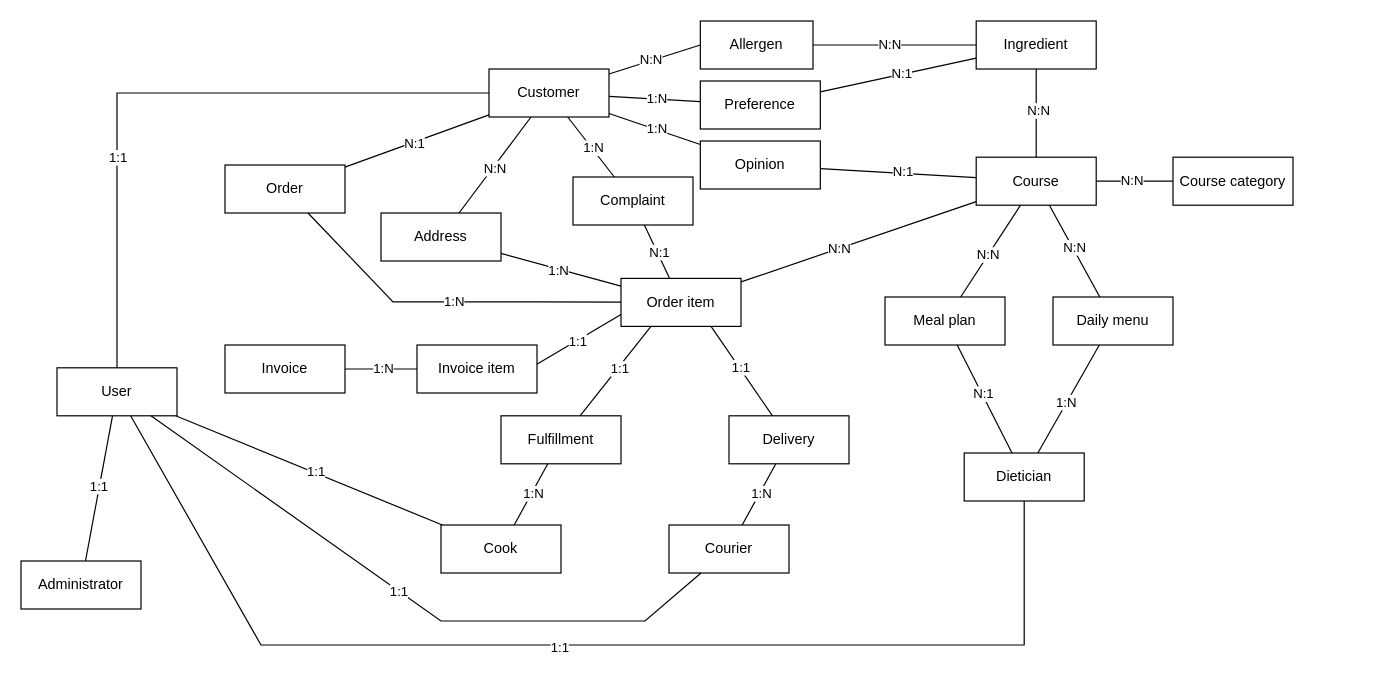
Before: etap8/ERD/after/ERD.drawio.xml in tomasz-trela/database-design, a draw.io diagram. Source tidied: cells renumbered, new cells numbered last; positions are measured from the earlier drawing's top-left corner, leaving out a move shared by most shapes. Both pictures are drawn from the tidied source at 120%, with x=0, y=0 at pixel (20, 20).
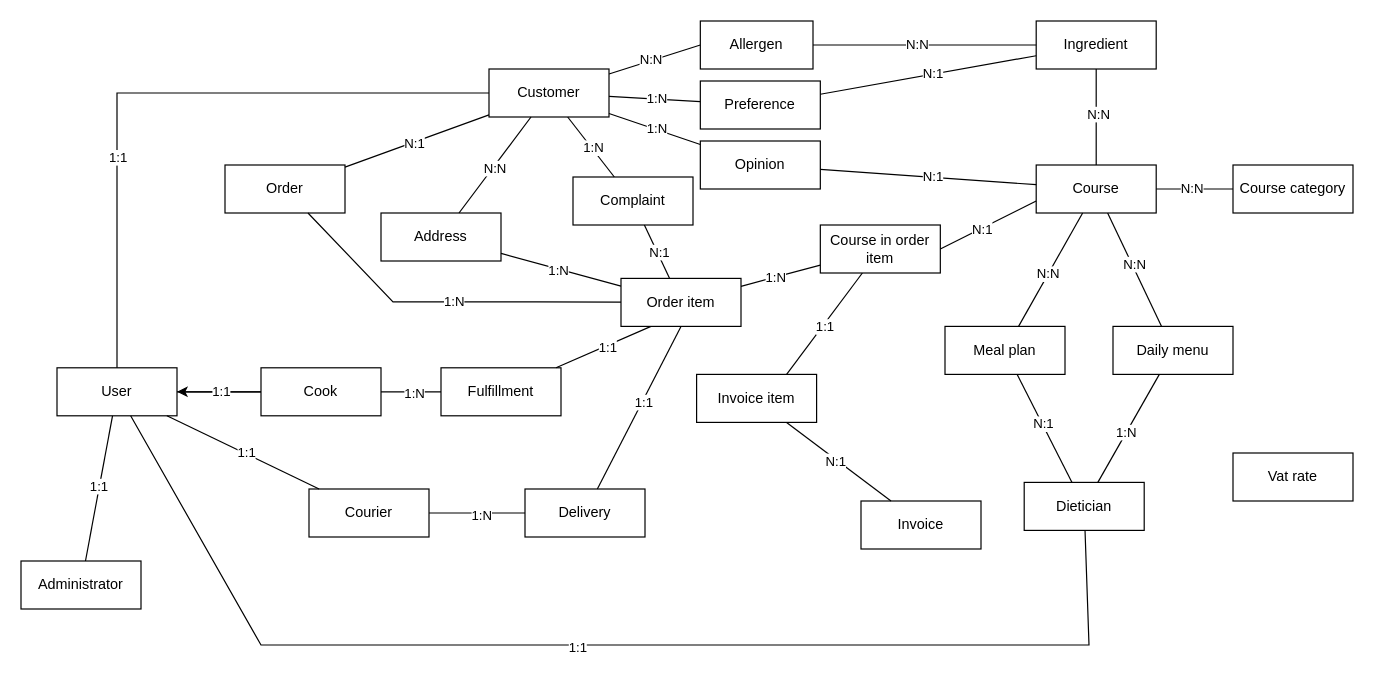
The same page after the edit.

Commit message (it also covers changes not shown here):
fix: update ERD to match migration

The change refers to these unchanged cells:
```xml
<mxCell id="2" style="endArrow=none;html=1;rounded=0;entryX=0;entryY=0.5;entryDx=0;entryDy=0;" parent="1" edge="1" source="38" target="4">
  <mxGeometry relative="1" as="geometry" />
</mxCell>
<mxCell id="6" style="endArrow=none;html=1;rounded=0;exitX=1;exitY=0.5;exitDx=0;exitDy=0;" parent="1" edge="1" source="4" target="5">
  <mxGeometry relative="1" as="geometry" />
</mxCell>
<mxCell id="10" style="endArrow=none;html=1;rounded=0;" parent="1" edge="1" source="8" target="9">
  <mxGeometry relative="1" as="geometry" />
</mxCell>
<mxCell id="12" style="endArrow=none;html=1;rounded=0;entryX=0.5;entryY=0;entryDx=0;entryDy=0;exitX=0.5;exitY=1;exitDx=0;exitDy=0;" parent="1" edge="1" source="5" target="8">
  <mxGeometry relative="1" as="geometry" />
</mxCell>
<mxCell id="15" style="endArrow=none;html=1;rounded=0;" parent="1" edge="1" source="14" target="8">
  <mxGeometry relative="1" as="geometry" />
</mxCell>
<mxCell id="19" style="endArrow=none;html=1;rounded=0;" parent="1" edge="1" source="14" target="17">
  <mxGeometry relative="1" as="geometry" />
</mxCell>
<mxCell id="21" style="endArrow=none;html=1;rounded=0;" parent="1" edge="1" source="8" target="18">
  <mxGeometry relative="1" as="geometry" />
</mxCell>
<mxCell id="30" style="endArrow=none;html=1;rounded=0;" parent="1" edge="1" source="26" target="27">
  <mxGeometry relative="1" as="geometry" />
</mxCell>
<mxCell id="34" style="endArrow=none;html=1;rounded=0;exitX=0.25;exitY=1;exitDx=0;exitDy=0;" parent="1" edge="1" source="50" target="32">
  <mxGeometry relative="1" as="geometry" />
</mxCell>
<mxCell id="36" style="endArrow=none;html=1;rounded=0;" parent="1" edge="1" source="32" target="33">
  <mxGeometry relative="1" as="geometry" />
</mxCell>
<mxCell id="40" style="endArrow=none;html=1;rounded=0;" parent="1" edge="1" source="23" target="38">
  <mxGeometry relative="1" as="geometry" />
</mxCell>
<mxCell id="42" style="endArrow=none;html=1;rounded=0;" parent="1" edge="1" source="39" target="38">
  <mxGeometry relative="1" as="geometry" />
</mxCell>
<mxCell id="44" style="endArrow=none;html=1;rounded=0;" parent="1" edge="1" source="39" target="50">
  <mxGeometry relative="1" as="geometry" />
</mxCell>
<mxCell id="50" value="Order item" style="rounded=0;whiteSpace=wrap;html=1;" parent="1" vertex="1">
  <mxGeometry x="500" y="214.5" width="100" height="40" as="geometry" />
</mxCell>
<mxCell id="51" style="endArrow=none;html=1;rounded=0;" parent="1" edge="1" source="47" target="38">
  <mxGeometry relative="1" as="geometry" />
</mxCell>
<mxCell id="53" style="endArrow=none;html=1;rounded=0;" parent="1" edge="1" source="49" target="38">
  <mxGeometry relative="1" as="geometry" />
</mxCell>
<mxCell id="55" style="endArrow=none;html=1;rounded=0;" parent="1" edge="1" source="5" target="47">
  <mxGeometry relative="1" as="geometry" />
</mxCell>
<mxCell id="57" style="endArrow=none;html=1;rounded=0;" parent="1" edge="1" source="8" target="49">
  <mxGeometry relative="1" as="geometry" />
</mxCell>
<mxCell id="60" style="endArrow=none;html=1;rounded=0;" parent="1" edge="1" source="59" target="38">
  <mxGeometry relative="1" as="geometry" />
</mxCell>
<mxCell id="62" style="endArrow=none;html=1;rounded=0;" parent="1" edge="1" source="17" target="18">
  <mxGeometry relative="1" as="geometry" />
</mxCell>
<mxCell id="65" style="endArrow=none;html=1;rounded=0;" parent="1" edge="1" source="50" target="23">
  <mxGeometry relative="1" as="geometry">
    <Array as="points">
      <mxPoint x="430" y="234" />
      <mxPoint x="310" y="234" />
    </Array>
  </mxGeometry>
</mxCell>
<mxCell id="67" style="endArrow=none;html=1;rounded=0;" parent="1" edge="1" source="50" target="59">
  <mxGeometry relative="1" as="geometry" />
</mxCell>
<mxCell id="69" value="User" style="rounded=0;whiteSpace=wrap;html=1;" parent="1" vertex="1">
  <mxGeometry x="30" y="289" width="100" height="40" as="geometry" />
</mxCell>
<mxCell id="70" style="endArrow=none;html=1;rounded=0;" parent="1" edge="1" source="69" target="38">
  <mxGeometry relative="1" as="geometry">
    <Array as="points">
      <mxPoint x="80" y="60" />
    </Array>
  </mxGeometry>
</mxCell>
<mxCell id="72" style="endArrow=none;html=1;rounded=0;" parent="1" edge="1" source="69" target="64">
  <mxGeometry relative="1" as="geometry" />
</mxCell>
```

The edit, as a diff of the source:
```diff
@@
-    <mxCell id="3" value="N:N" style="edgeLabel;html=1;align=center;verticalAlign=middle;" parent="2" vertex="1">
-      <mxGeometry x="-0.08" y="1" relative="1" as="geometry" />
-    </mxCell>
+    <mxCell id="85" value="N:N" style="edgeLabel;html=1;align=center;verticalAlign=middle;" parent="2" vertex="1">
+      <mxGeometry x="-0.08" y="1" relative="1" as="geometry" />
+    </mxCell>
@@
     <mxCell id="5" value="Ingredient" style="rounded=0;whiteSpace=wrap;html=1;" parent="1" vertex="1">
-      <mxGeometry x="796" width="100" height="40" as="geometry" />
+      <mxGeometry x="846" width="100" height="40" as="geometry" />
     </mxCell>
@@
-    <mxCell id="7" value="N:N" style="edgeLabel;html=1;align=center;verticalAlign=middle;" parent="6" vertex="1">
-      <mxGeometry x="-0.08" y="1" relative="1" as="geometry" />
-    </mxCell>
+    <mxCell id="86" value="N:N" style="edgeLabel;html=1;align=center;verticalAlign=middle;" parent="6" vertex="1">
+      <mxGeometry x="-0.08" y="1" relative="1" as="geometry" />
+    </mxCell>
     <mxCell id="8" value="Course" style="rounded=0;whiteSpace=wrap;html=1;" parent="1" vertex="1">
-      <mxGeometry x="796" y="113.5" width="100" height="40" as="geometry" />
+      <mxGeometry x="846" y="120" width="100" height="40" as="geometry" />
     </mxCell>
     <mxCell id="9" value="Course category" style="rounded=0;whiteSpace=wrap;html=1;" parent="1" vertex="1">
-      <mxGeometry x="960" y="113.5" width="100" height="40" as="geometry" />
+      <mxGeometry x="1010" y="120" width="100" height="40" as="geometry" />
     </mxCell>
@@
-    <mxCell id="11" value="N:N" style="edgeLabel;html=1;align=center;verticalAlign=middle;" parent="10" vertex="1">
-      <mxGeometry x="-0.08" y="1" relative="1" as="geometry" />
-    </mxCell>
+    <mxCell id="87" value="N:N" style="edgeLabel;html=1;align=center;verticalAlign=middle;" parent="10" vertex="1">
+      <mxGeometry x="-0.08" y="1" relative="1" as="geometry" />
+    </mxCell>
@@
-    <mxCell id="13" value="N:N" style="edgeLabel;html=1;align=center;verticalAlign=middle;" parent="12" vertex="1">
-      <mxGeometry x="-0.08" y="1" relative="1" as="geometry" />
-    </mxCell>
+    <mxCell id="88" value="N:N" style="edgeLabel;html=1;align=center;verticalAlign=middle;" parent="12" vertex="1">
+      <mxGeometry x="-0.08" y="1" relative="1" as="geometry" />
+    </mxCell>
     <mxCell id="14" value="Meal plan" style="rounded=0;whiteSpace=wrap;html=1;" parent="1" vertex="1">
-      <mxGeometry x="720" y="230" width="100" height="40" as="geometry" />
+      <mxGeometry x="770" y="254.5" width="100" height="40" as="geometry" />
     </mxCell>
@@
-    <mxCell id="16" value="N:N" style="edgeLabel;html=1;align=center;verticalAlign=middle;" parent="15" vertex="1">
-      <mxGeometry x="-0.08" y="1" relative="1" as="geometry" />
-    </mxCell>
+    <mxCell id="89" value="N:N" style="edgeLabel;html=1;align=center;verticalAlign=middle;" parent="15" vertex="1">
+      <mxGeometry x="-0.08" y="1" relative="1" as="geometry" />
+    </mxCell>
     <mxCell id="17" value="Dietician" style="rounded=0;whiteSpace=wrap;html=1;" parent="1" vertex="1">
-      <mxGeometry x="786" y="360" width="100" height="40" as="geometry" />
+      <mxGeometry x="836" y="384.5" width="100" height="40" as="geometry" />
     </mxCell>
     <mxCell id="18" value="Daily menu" style="rounded=0;whiteSpace=wrap;html=1;" parent="1" vertex="1">
-      <mxGeometry x="860" y="230" width="100" height="40" as="geometry" />
+      <mxGeometry x="910" y="254.5" width="100" height="40" as="geometry" />
     </mxCell>
@@
-    <mxCell id="20" value="N:1" style="edgeLabel;html=1;align=center;verticalAlign=middle;" parent="19" vertex="1">
-      <mxGeometry x="-0.08" y="1" relative="1" as="geometry" />
-    </mxCell>
+    <mxCell id="90" value="N:1" style="edgeLabel;html=1;align=center;verticalAlign=middle;" parent="19" vertex="1">
+      <mxGeometry x="-0.08" y="1" relative="1" as="geometry" />
+    </mxCell>
@@
-    <mxCell id="22" value="N:N" style="edgeLabel;html=1;align=center;verticalAlign=middle;" parent="21" vertex="1">
-      <mxGeometry x="-0.08" y="1" relative="1" as="geometry" />
-    </mxCell>
+    <mxCell id="91" value="N:N" style="edgeLabel;html=1;align=center;verticalAlign=middle;" parent="21" vertex="1">
+      <mxGeometry x="-0.08" y="1" relative="1" as="geometry" />
+    </mxCell>
@@
-    <mxCell id="24" style="endArrow=none;html=1;rounded=0;" parent="1" edge="1" source="50" target="8">
-      <mxGeometry relative="1" as="geometry" />
-    </mxCell>
-    <mxCell id="25" value="N:N" style="edgeLabel;html=1;align=center;verticalAlign=middle;" parent="24" vertex="1">
-      <mxGeometry x="-0.18" relative="1" as="geometry">
-        <mxPoint x="1" as="offset" />
-      </mxGeometry>
-    </mxCell>
+    <mxCell id="92" style="endArrow=none;html=1;rounded=0;" parent="1" edge="1" source="50" target="118">
+      <mxGeometry relative="1" as="geometry" />
+    </mxCell>
+    <mxCell id="93" value="1:N" style="edgeLabel;html=1;align=center;verticalAlign=middle;" parent="92" vertex="1">
+      <mxGeometry x="-0.18" relative="1" as="geometry">
+        <mxPoint x="1" as="offset" />
+      </mxGeometry>
+    </mxCell>
     <mxCell id="26" value="Delivery" style="rounded=0;whiteSpace=wrap;html=1;" parent="1" vertex="1">
-      <mxGeometry x="590" y="329" width="100" height="40" as="geometry" />
+      <mxGeometry x="420" y="390" width="100" height="40" as="geometry" />
     </mxCell>
     <mxCell id="27" value="Courier" style="rounded=0;whiteSpace=wrap;html=1;" parent="1" vertex="1">
-      <mxGeometry x="540" y="420" width="100" height="40" as="geometry" />
+      <mxGeometry x="240" y="390" width="100" height="40" as="geometry" />
     </mxCell>
-    <mxCell id="28" style="endArrow=none;html=1;rounded=0;exitX=0.75;exitY=1;exitDx=0;exitDy=0;" parent="1" edge="1" source="50" target="26">
+    <mxCell id="28" style="endArrow=none;html=1;rounded=0;exitX=0.5;exitY=1;exitDx=0;exitDy=0;" parent="1" edge="1" source="50" target="26">
       <mxGeometry relative="1" as="geometry" />
     </mxCell>
-    <mxCell id="29" value="1:1" style="edgeLabel;html=1;align=center;verticalAlign=middle;" parent="28" vertex="1">
-      <mxGeometry x="-0.08" y="1" relative="1" as="geometry" />
-    </mxCell>
+    <mxCell id="94" value="1:1" style="edgeLabel;html=1;align=center;verticalAlign=middle;" parent="28" vertex="1">
+      <mxGeometry x="-0.08" y="1" relative="1" as="geometry" />
+    </mxCell>
@@
-    <mxCell id="31" value="1:N" style="edgeLabel;html=1;align=center;verticalAlign=middle;" parent="30" vertex="1">
-      <mxGeometry x="-0.08" y="1" relative="1" as="geometry" />
-    </mxCell>
+    <mxCell id="95" value="1:N" style="edgeLabel;html=1;align=center;verticalAlign=middle;" parent="30" vertex="1">
+      <mxGeometry x="-0.08" y="1" relative="1" as="geometry" />
+    </mxCell>
     <mxCell id="32" value="Ful&lt;span style=&quot;background-color: transparent; color: light-dark(rgb(0, 0, 0), rgb(255, 255, 255));&quot;&gt;fillment&lt;/span&gt;" style="rounded=0;whiteSpace=wrap;html=1;" parent="1" vertex="1">
-      <mxGeometry x="400" y="329" width="100" height="40" as="geometry" />
+      <mxGeometry x="350" y="289" width="100" height="40" as="geometry" />
     </mxCell>
+    <mxCell id="96" style="edgeStyle=orthogonalEdgeStyle;rounded=0;jettySize=auto;html=1;" parent="1" edge="1" source="33" target="69">
+      <mxGeometry relative="1" as="geometry" />
+    </mxCell>
     <mxCell id="33" value="Cook" style="rounded=0;whiteSpace=wrap;html=1;" parent="1" vertex="1">
-      <mxGeometry x="350" y="420" width="100" height="40" as="geometry" />
+      <mxGeometry x="200" y="289" width="100" height="40" as="geometry" />
     </mxCell>
@@
-    <mxCell id="35" value="1:1" style="edgeLabel;html=1;align=center;verticalAlign=middle;" parent="34" vertex="1">
-      <mxGeometry x="-0.08" y="1" relative="1" as="geometry" />
-    </mxCell>
+    <mxCell id="97" value="1:1" style="edgeLabel;html=1;align=center;verticalAlign=middle;" parent="34" vertex="1">
+      <mxGeometry x="-0.08" y="1" relative="1" as="geometry" />
+    </mxCell>
@@
-    <mxCell id="37" value="1:N" style="edgeLabel;html=1;align=center;verticalAlign=middle;" parent="36" vertex="1">
-      <mxGeometry x="-0.08" y="1" relative="1" as="geometry" />
-    </mxCell>
+    <mxCell id="98" value="1:N" style="edgeLabel;html=1;align=center;verticalAlign=middle;" parent="36" vertex="1">
+      <mxGeometry x="-0.08" y="1" relative="1" as="geometry" />
+    </mxCell>
@@
-    <mxCell id="41" value="N:1" style="edgeLabel;html=1;align=center;verticalAlign=middle;" parent="40" vertex="1">
-      <mxGeometry x="-0.04" y="-1" relative="1" as="geometry" />
-    </mxCell>
+    <mxCell id="99" value="N:1" style="edgeLabel;html=1;align=center;verticalAlign=middle;" parent="40" vertex="1">
+      <mxGeometry x="-0.04" y="-1" relative="1" as="geometry" />
+    </mxCell>
@@
-    <mxCell id="43" value="N:N" style="edgeLabel;html=1;align=center;verticalAlign=middle;" parent="42" vertex="1">
-      <mxGeometry x="-0.04" y="-1" relative="1" as="geometry" />
-    </mxCell>
+    <mxCell id="100" value="N:N" style="edgeLabel;html=1;align=center;verticalAlign=middle;" parent="42" vertex="1">
+      <mxGeometry x="-0.04" y="-1" relative="1" as="geometry" />
+    </mxCell>
@@
-    <mxCell id="45" value="1:N" style="edgeLabel;html=1;align=center;verticalAlign=middle;" parent="44" vertex="1">
-      <mxGeometry x="-0.04" y="-1" relative="1" as="geometry" />
-    </mxCell>
+    <mxCell id="101" value="1:N" style="edgeLabel;html=1;align=center;verticalAlign=middle;" parent="44" vertex="1">
+      <mxGeometry x="-0.04" y="-1" relative="1" as="geometry" />
+    </mxCell>
     <mxCell id="46" value="Invoice" style="rounded=0;whiteSpace=wrap;html=1;" parent="1" vertex="1">
-      <mxGeometry x="170" y="270" width="100" height="40" as="geometry" />
+      <mxGeometry x="700" y="400" width="100" height="40" as="geometry" />
     </mxCell>
@@
-    <mxCell id="52" value="1:N" style="edgeLabel;html=1;align=center;verticalAlign=middle;" parent="51" vertex="1">
-      <mxGeometry x="-0.04" y="-1" relative="1" as="geometry" />
-    </mxCell>
+    <mxCell id="102" value="1:N" style="edgeLabel;html=1;align=center;verticalAlign=middle;" parent="51" vertex="1">
+      <mxGeometry x="-0.04" y="-1" relative="1" as="geometry" />
+    </mxCell>
@@
-    <mxCell id="54" value="1:N" style="edgeLabel;html=1;align=center;verticalAlign=middle;" parent="53" vertex="1">
-      <mxGeometry x="-0.04" y="-1" relative="1" as="geometry" />
-    </mxCell>
+    <mxCell id="103" value="1:N" style="edgeLabel;html=1;align=center;verticalAlign=middle;" parent="53" vertex="1">
+      <mxGeometry x="-0.04" y="-1" relative="1" as="geometry" />
+    </mxCell>
@@
-    <mxCell id="56" value="N:1" style="edgeLabel;html=1;align=center;verticalAlign=middle;" parent="55" vertex="1">
-      <mxGeometry x="-0.04" y="-1" relative="1" as="geometry" />
-    </mxCell>
+    <mxCell id="104" value="N:1" style="edgeLabel;html=1;align=center;verticalAlign=middle;" parent="55" vertex="1">
+      <mxGeometry x="-0.04" y="-1" relative="1" as="geometry" />
+    </mxCell>
@@
-    <mxCell id="58" value="N:1" style="edgeLabel;html=1;align=center;verticalAlign=middle;" parent="57" vertex="1">
-      <mxGeometry x="-0.04" y="-1" relative="1" as="geometry" />
-    </mxCell>
+    <mxCell id="105" value="N:1" style="edgeLabel;html=1;align=center;verticalAlign=middle;" parent="57" vertex="1">
+      <mxGeometry x="-0.04" y="-1" relative="1" as="geometry" />
+    </mxCell>
@@
-    <mxCell id="61" value="1:N" style="edgeLabel;html=1;align=center;verticalAlign=middle;" parent="60" vertex="1">
-      <mxGeometry x="-0.04" y="-1" relative="1" as="geometry" />
-    </mxCell>
+    <mxCell id="106" value="1:N" style="edgeLabel;html=1;align=center;verticalAlign=middle;" parent="60" vertex="1">
+      <mxGeometry x="-0.04" y="-1" relative="1" as="geometry" />
+    </mxCell>
@@
-    <mxCell id="63" value="1:N" style="edgeLabel;html=1;align=center;verticalAlign=middle;" parent="62" vertex="1">
-      <mxGeometry x="-0.08" y="1" relative="1" as="geometry" />
-    </mxCell>
+    <mxCell id="107" value="1:N" style="edgeLabel;html=1;align=center;verticalAlign=middle;" parent="62" vertex="1">
+      <mxGeometry x="-0.08" y="1" relative="1" as="geometry" />
+    </mxCell>
@@
-    <mxCell id="66" value="1:N" style="edgeLabel;html=1;align=center;verticalAlign=middle;" parent="65" vertex="1">
-      <mxGeometry x="-0.04" y="-1" relative="1" as="geometry" />
-    </mxCell>
+    <mxCell id="108" value="1:N" style="edgeLabel;html=1;align=center;verticalAlign=middle;" parent="65" vertex="1">
+      <mxGeometry x="-0.04" y="-1" relative="1" as="geometry" />
+    </mxCell>
@@
-    <mxCell id="68" value="N:1" style="edgeLabel;html=1;align=center;verticalAlign=middle;" parent="67" vertex="1">
-      <mxGeometry x="-0.04" y="-1" relative="1" as="geometry" />
-    </mxCell>
+    <mxCell id="109" value="N:1" style="edgeLabel;html=1;align=center;verticalAlign=middle;" parent="67" vertex="1">
+      <mxGeometry x="-0.04" y="-1" relative="1" as="geometry" />
+    </mxCell>
@@
-    <mxCell id="71" value="1:1" style="edgeLabel;html=1;align=center;verticalAlign=middle;" parent="70" vertex="1">
-      <mxGeometry x="-0.04" y="-1" relative="1" as="geometry">
-        <mxPoint x="-30" y="52" as="offset" />
-      </mxGeometry>
-    </mxCell>
+    <mxCell id="110" value="1:1" style="edgeLabel;html=1;align=center;verticalAlign=middle;" parent="70" vertex="1">
+      <mxGeometry x="-0.04" y="-1" relative="1" as="geometry">
+        <mxPoint x="-30" y="52" as="offset" />
+      </mxGeometry>
+    </mxCell>
@@
-    <mxCell id="73" value="1:1" style="edgeLabel;html=1;align=center;verticalAlign=middle;" parent="72" vertex="1">
-      <mxGeometry x="-0.03" relative="1" as="geometry">
-        <mxPoint x="-1" as="offset" />
-      </mxGeometry>
-    </mxCell>
-    <mxCell id="74" style="endArrow=none;html=1;rounded=0;" parent="1" edge="1" source="33" target="69">
-      <mxGeometry relative="1" as="geometry" />
-    </mxCell>
-    <mxCell id="75" value="1:1" style="edgeLabel;html=1;align=center;verticalAlign=middle;" parent="74" vertex="1">
-      <mxGeometry x="-0.04" y="-1" relative="1" as="geometry" />
-    </mxCell>
-    <mxCell id="76" style="endArrow=none;html=1;rounded=0;" parent="1" edge="1" source="69" target="27">
-      <mxGeometry relative="1" as="geometry">
-        <Array as="points">
-          <mxPoint x="350" y="500" />
-          <mxPoint x="520" y="500" />
-        </Array>
-      </mxGeometry>
-    </mxCell>
-    <mxCell id="77" value="1:1" style="edgeLabel;html=1;align=center;verticalAlign=middle;" parent="76" vertex="1">
-      <mxGeometry x="-0.04" y="-1" relative="1" as="geometry" />
-    </mxCell>
+    <mxCell id="111" value="1:1" style="edgeLabel;html=1;align=center;verticalAlign=middle;" parent="72" vertex="1">
+      <mxGeometry x="-0.03" relative="1" as="geometry">
+        <mxPoint x="-1" as="offset" />
+      </mxGeometry>
+    </mxCell>
+    <mxCell id="112" style="endArrow=none;html=1;rounded=0;" parent="1" edge="1" source="33" target="69">
+      <mxGeometry relative="1" as="geometry" />
+    </mxCell>
+    <mxCell id="113" value="1:1" style="edgeLabel;html=1;align=center;verticalAlign=middle;" parent="112" vertex="1">
+      <mxGeometry x="-0.04" y="-1" relative="1" as="geometry" />
+    </mxCell>
     <mxCell id="78" style="endArrow=none;html=1;rounded=0;" parent="1" edge="1" source="69" target="17">
       <mxGeometry relative="1" as="geometry">
         <Array as="points">
           <mxPoint x="200" y="520" />
-          <mxPoint x="836" y="520" />
+          <mxPoint x="890" y="520" />
         </Array>
       </mxGeometry>
     </mxCell>
-    <mxCell id="79" value="1:1" style="edgeLabel;html=1;align=center;verticalAlign=middle;" parent="78" vertex="1">
-      <mxGeometry x="-0.04" y="-1" relative="1" as="geometry" />
-    </mxCell>
+    <mxCell id="114" value="1:1" style="edgeLabel;html=1;align=center;verticalAlign=middle;" parent="78" vertex="1">
+      <mxGeometry x="-0.04" y="-1" relative="1" as="geometry" />
+    </mxCell>
-    <mxCell id="80" style="endArrow=none;html=1;rounded=0;entryX=1;entryY=0.5;entryDx=0;entryDy=0;exitX=0;exitY=0.5;exitDx=0;exitDy=0;" parent="1" edge="1" source="82" target="46">
+    <mxCell id="80" style="endArrow=none;html=1;rounded=0;entryX=0.25;entryY=0;entryDx=0;entryDy=0;exitX=0.75;exitY=1;exitDx=0;exitDy=0;" parent="1" edge="1" source="82" target="46">
       <mxGeometry relative="1" as="geometry" />
     </mxCell>
-    <mxCell id="81" value="1:N" style="edgeLabel;html=1;align=center;verticalAlign=middle;" parent="80" vertex="1">
-      <mxGeometry x="-0.04" y="-1" relative="1" as="geometry" />
-    </mxCell>
+    <mxCell id="115" value="N:1" style="edgeLabel;html=1;align=center;verticalAlign=middle;" parent="80" vertex="1">
+      <mxGeometry x="-0.04" y="-1" relative="1" as="geometry" />
+    </mxCell>
     <mxCell id="82" value="Invoice item" style="rounded=0;whiteSpace=wrap;html=1;" parent="1" vertex="1">
-      <mxGeometry x="330" y="270" width="100" height="40" as="geometry" />
+      <mxGeometry x="563" y="294.5" width="100" height="40" as="geometry" />
     </mxCell>
-    <mxCell id="83" style="endArrow=none;html=1;rounded=0;entryX=0;entryY=0.75;entryDx=0;entryDy=0;exitX=0.999;exitY=0.4;exitDx=0;exitDy=0;exitPerimeter=0;" parent="1" edge="1" source="82" target="50">
-      <mxGeometry relative="1" as="geometry" />
-    </mxCell>
-    <mxCell id="84" value="1:1" style="edgeLabel;html=1;align=center;verticalAlign=middle;" parent="83" vertex="1">
-      <mxGeometry x="-0.04" y="-1" relative="1" as="geometry" />
-    </mxCell>
+    <mxCell id="116" style="endArrow=none;html=1;rounded=0;exitX=0.75;exitY=0;exitDx=0;exitDy=0;" parent="1" edge="1" source="82" target="118">
+      <mxGeometry relative="1" as="geometry" />
+    </mxCell>
+    <mxCell id="117" value="1:1" style="edgeLabel;html=1;align=center;verticalAlign=middle;" parent="116" vertex="1">
+      <mxGeometry x="-0.04" y="-1" relative="1" as="geometry" />
+    </mxCell>
+    <mxCell id="118" value="Course in order item" style="rounded=0;whiteSpace=wrap;html=1;" parent="1" vertex="1">
+      <mxGeometry x="666.1" y="170" width="100" height="40" as="geometry" />
+    </mxCell>
+    <mxCell id="119" style="endArrow=none;html=1;rounded=0;entryX=0;entryY=0.75;entryDx=0;entryDy=0;exitX=1;exitY=0.5;exitDx=0;exitDy=0;" parent="1" edge="1" source="118" target="8">
+      <mxGeometry relative="1" as="geometry" />
+    </mxCell>
+    <mxCell id="120" value="N:1" style="edgeLabel;html=1;align=center;verticalAlign=middle;" parent="119" vertex="1">
+      <mxGeometry x="-0.18" relative="1" as="geometry">
+        <mxPoint x="1" as="offset" />
+      </mxGeometry>
+    </mxCell>
+    <mxCell id="121" style="endArrow=none;html=1;rounded=0;" parent="1" edge="1" source="27" target="69">
+      <mxGeometry relative="1" as="geometry" />
+    </mxCell>
+    <mxCell id="122" value="1:1" style="edgeLabel;html=1;align=center;verticalAlign=middle;" parent="121" vertex="1">
+      <mxGeometry x="-0.04" y="-1" relative="1" as="geometry" />
+    </mxCell>
+    <mxCell id="123" value="Vat rate" style="rounded=0;whiteSpace=wrap;html=1;" parent="1" vertex="1">
+      <mxGeometry x="1010" y="360" width="100" height="40" as="geometry" />
+    </mxCell>
```
